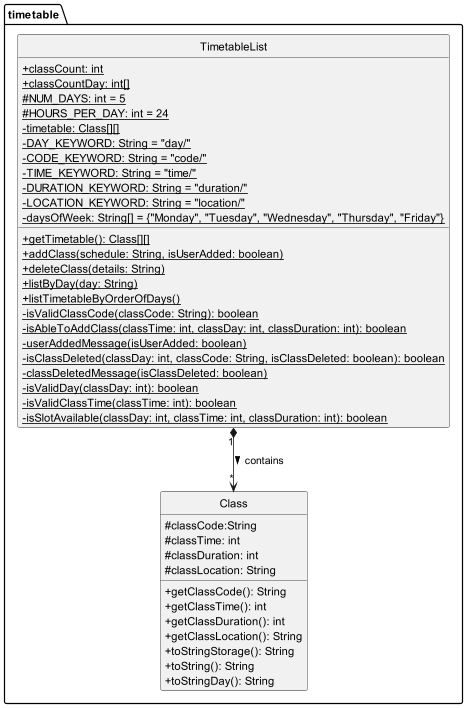
nyh3/tp keeps this PlantUML diagram as docs/diagrams/classdiagram/TimetableCD.png. Above is the earlier version.
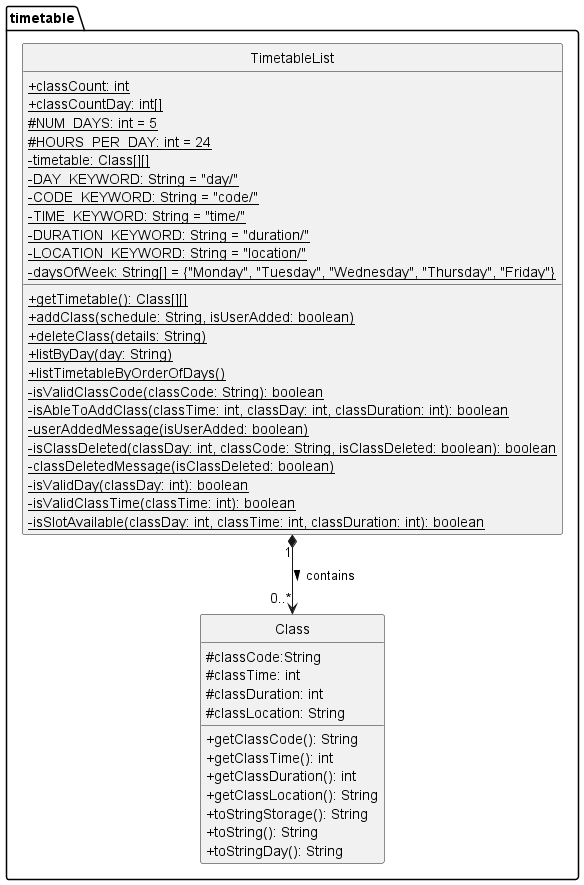
Later version of the same file.

The edit, as a diff of the source:
```diff
@@ -46,5 +46,5 @@
     }
 }
 
-TimetableList "1" *--> "*" Class: contains >
+TimetableList "1" *--> "0..*" Class: contains >
 @enduml
```
